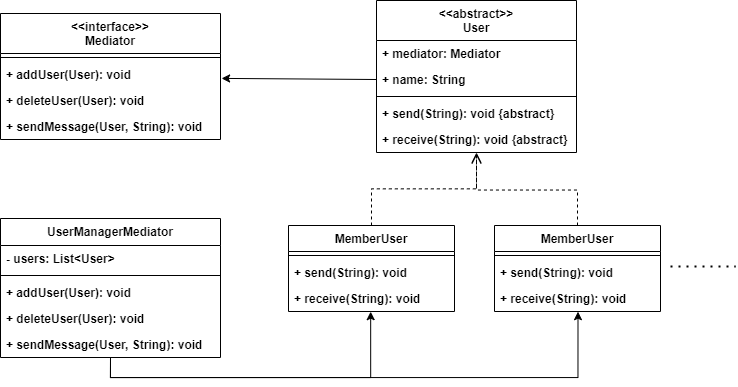
Above: DesignPatternDiagram/중재자 패턴.png in seeungmin/seeungmin.github.io (draw.io), before the change. Source tidied: cells renumbered, new cells last; positions are measured from the earlier drawing's top-left corner, leaving out a move shared by most shapes.
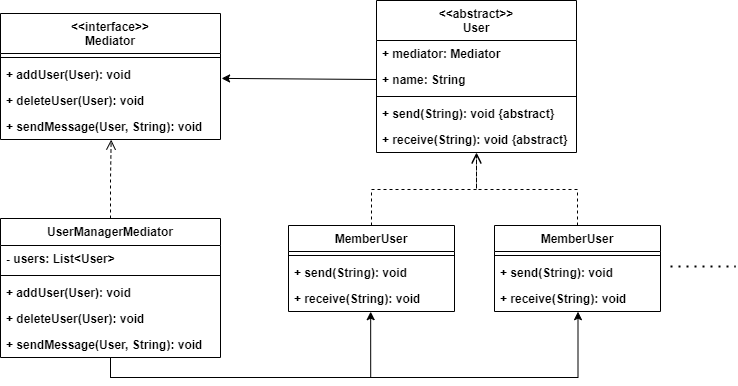
After the change.

Commit message:
|UPDATE| 중재자 패턴 class diagram modify1 0817

Diff of the diagram source:
```diff
@@ -100,5 +100,8 @@
         <mxPoint x="735" y="266" as="targetPoint" />
       </mxGeometry>
     </mxCell>
+    <mxCell id="33" style="html=1;verticalAlign=bottom;endArrow=open;dashed=1;endSize=8;edgeStyle=elbowEdgeStyle;elbow=vertical;curved=0;rounded=0;fontSize=12;exitX=0.5;exitY=0;exitDx=0;exitDy=0;entryX=0.503;entryY=1.006;entryDx=0;entryDy=0;entryPerimeter=0;" parent="1" edge="1" source="22" target="19">
+      <mxGeometry relative="1" as="geometry" />
+    </mxCell>
   </root>
 </mxGraphModel>
```
